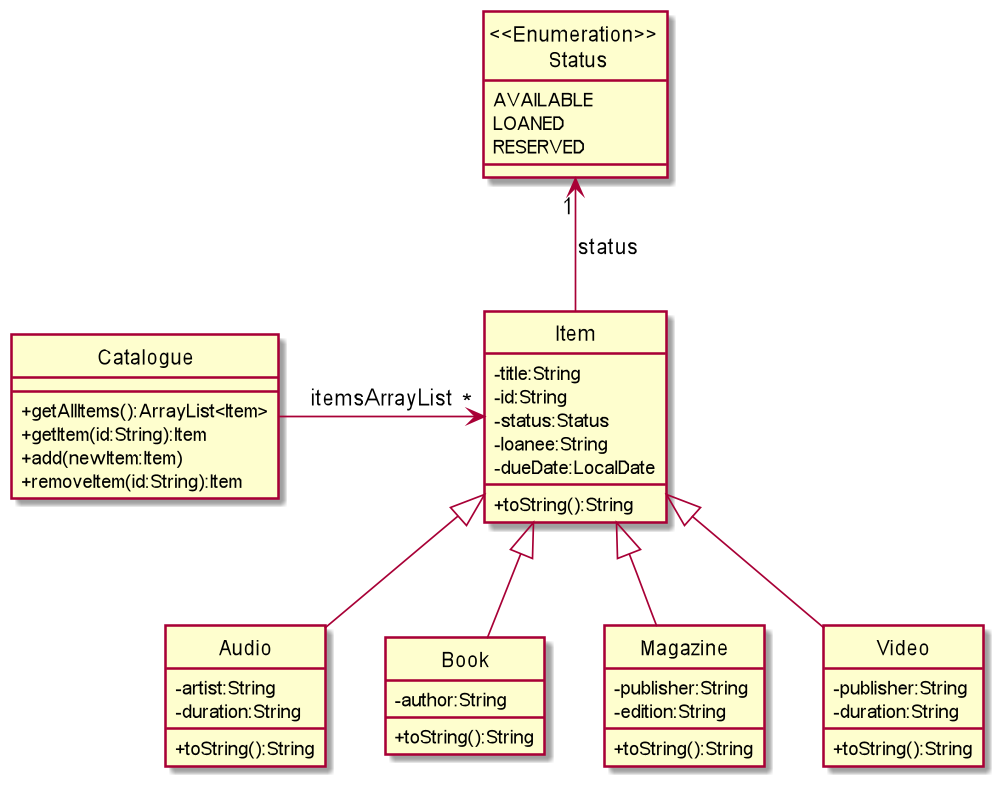
Above: docs/img/ItemsClassDiagram.png in nus-cs2113-AY2122S1/tp (PlantUML), before the change.
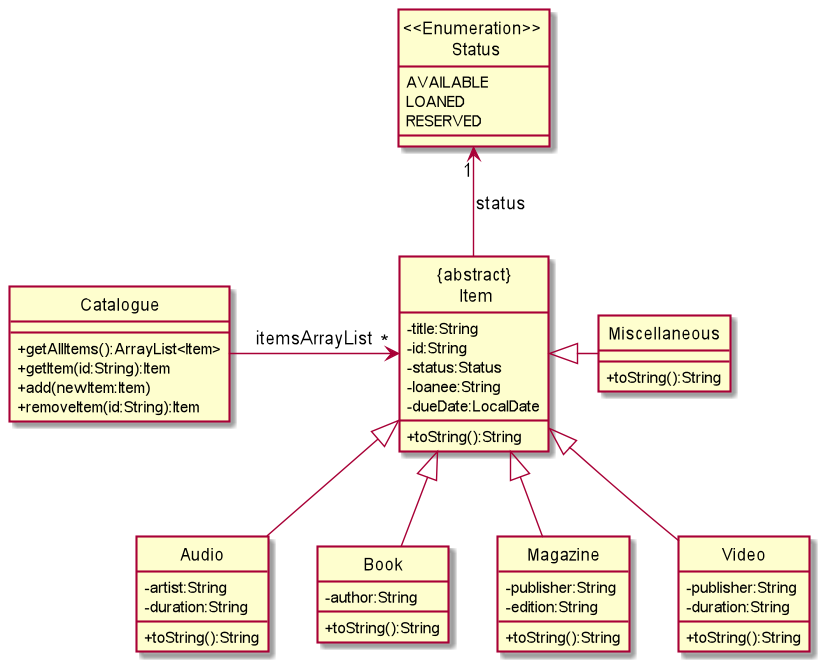
The same diagram one commit later.

Commit message:
Add class diagrams in DG>architecture

The edit, as a diff of the source:
```diff
@@ -9,7 +9,7 @@
     +removeItem(id:String):Item
 }
 
-class Item {
+class "{abstract}\n Item" {
     -title:String
     -id:String
     -status:Status
@@ -41,6 +41,10 @@
     +toString():String
 }
 
+class Miscellaneous {
+    +toString():String
+}
+
 enum "<<Enumeration>> \n Status" {
     AVAILABLE
     LOANED
@@ -48,11 +52,12 @@
 }
 
 
-Audio -up-|> Item
-Book -up-|> Item
-Magazine -up-|> Item
-Video -up-|> Item
+Audio -up-|> "{abstract}\n Item"
+Book -up-|> "{abstract}\n Item"
+Magazine -up-|> "{abstract}\n Item"
+Video -up-|> "{abstract}\n Item"
+Miscellaneous -left-|> "{abstract}\n Item"
 
-Item -u-> "1" "<<Enumeration>> \n Status" : status
-Catalogue -> "*" Item : itemsArrayList
+"{abstract}\n Item" -u-> "1" "<<Enumeration>> \n Status" : status
+Catalogue -> "*" "{abstract}\n Item" : itemsArrayList
 @enduml
```
